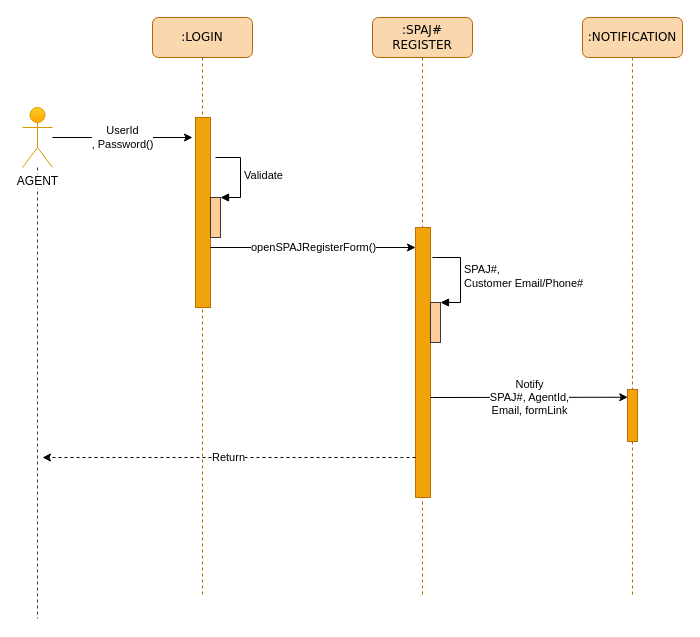
This is page "REG_SPAJ" (1 of 5) of ITDEV/seqpool-reg.drawio from gustianom/hanwhaiso, a draw.io file, before an edit. Source tidied: cells renumbered, new cells numbered last; positions are measured from the earlier drawing's top-left corner, leaving out a move shared by most shapes. Both pictures are drawn from the tidied source at 100%, with x=0, y=0 at pixel (22, 17).
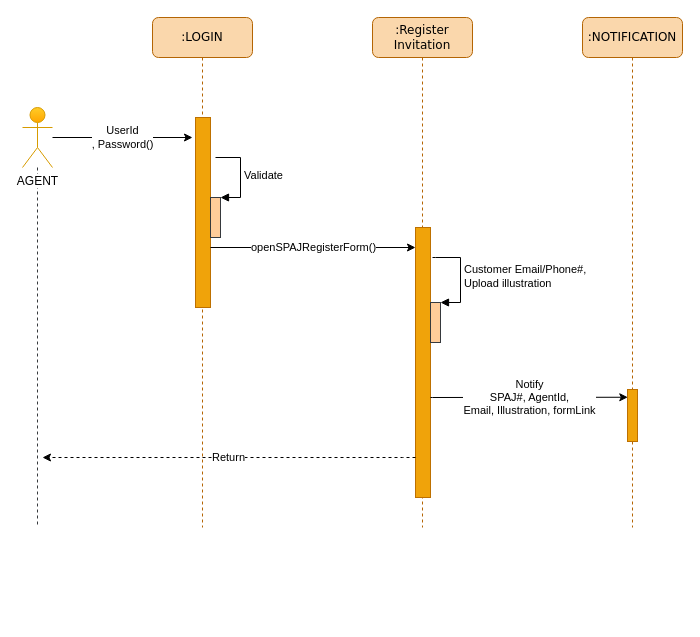
The same diagram, later.

Unchanged cells that the change refers to:
```xml
<mxCell id="3" style="html=1;points=[];perimeter=orthogonalPerimeter;rounded=0;shadow=0;comic=0;labelBackgroundColor=none;strokeWidth=1;fontFamily=Verdana;fontSize=12;align=center;fillColor=#f0a30a;strokeColor=#BD7000;fontColor=#ffffff;" parent="2" vertex="1">
  <mxGeometry x="43" y="210" width="15" height="270" as="geometry" />
</mxCell>
<mxCell id="4" style="html=1;points=[];perimeter=orthogonalPerimeter;fillColor=#ffcc99;strokeColor=#36393d;" parent="2" vertex="1">
  <mxGeometry x="58" y="285" width="10" height="40" as="geometry" />
</mxCell>
<mxCell id="7" style="html=1;points=[];perimeter=orthogonalPerimeter;rounded=0;shadow=0;comic=0;labelBackgroundColor=none;strokeWidth=1;fontFamily=Verdana;fontSize=12;align=center;fillColor=#f0a30a;strokeColor=#BD7000;fontColor=#ffffff;" parent="6" vertex="1">
  <mxGeometry x="45" y="372" width="10" height="52" as="geometry" />
</mxCell>
<mxCell id="14" value="AGENT" style="shape=umlActor;verticalLabelPosition=bottom;labelBackgroundColor=#ffffff;verticalAlign=top;html=1;outlineConnect=0;fillColor=#ffcd28;strokeColor=#d79b00;gradientColor=#ffa500;" parent="1" vertex="1">
  <mxGeometry y="90" width="30" height="60" as="geometry" />
</mxCell>
```

Change to the diagram source:
```diff
@@
-    <mxCell id="2" value=":SPAJ# REGISTER" style="shape=umlLifeline;perimeter=lifelinePerimeter;whiteSpace=wrap;html=1;rounded=1;shadow=0;comic=0;labelBackgroundColor=none;strokeWidth=1;fontFamily=Verdana;fontSize=12;align=center;fillColor=#fad7ac;strokeColor=#b46504;" parent="1" vertex="1">
-      <mxGeometry x="350" width="100" height="580" as="geometry" />
+    <mxCell id="2" value="&lt;div&gt;:Register&lt;/div&gt;&lt;div&gt;Invitation&lt;br&gt;&lt;/div&gt;" style="shape=umlLifeline;perimeter=lifelinePerimeter;whiteSpace=wrap;html=1;rounded=1;shadow=0;comic=0;labelBackgroundColor=none;strokeWidth=1;fontFamily=Verdana;fontSize=12;align=center;fillColor=#fad7ac;strokeColor=#b46504;" parent="1" vertex="1">
+      <mxGeometry x="350" width="100" height="510" as="geometry" />
     </mxCell>
@@
-    <mxCell id="5" value="&lt;div&gt;SPAJ#, &lt;br&gt;&lt;/div&gt;&lt;div&gt;Customer Email/Phone#&lt;br&gt;&lt;/div&gt;" style="edgeStyle=orthogonalEdgeStyle;html=1;align=left;spacingLeft=2;endArrow=block;rounded=0;entryX=1;entryY=0;" parent="2" edge="1" target="4">
+    <mxCell id="5" value="&lt;div&gt;Customer Email/Phone#,&lt;/div&gt;&lt;div&gt;Upload illustration&lt;br&gt;&lt;/div&gt;" style="edgeStyle=orthogonalEdgeStyle;html=1;align=left;spacingLeft=2;endArrow=block;rounded=0;entryX=1;entryY=0;" parent="2" edge="1" target="4">
       <mxGeometry relative="1" as="geometry">
         <mxPoint x="60" y="240" as="sourcePoint" />
         <Array as="points">
           <mxPoint x="63" y="240" />
           <mxPoint x="88" y="240" />
           <mxPoint x="88" y="285" />
         </Array>
       </mxGeometry>
     </mxCell>
     <mxCell id="6" value=":NOTIFICATION" style="shape=umlLifeline;perimeter=lifelinePerimeter;whiteSpace=wrap;html=1;rounded=1;shadow=0;comic=0;labelBackgroundColor=none;strokeWidth=1;fontFamily=Verdana;fontSize=12;align=center;fillColor=#fad7ac;strokeColor=#b46504;" parent="1" vertex="1">
-      <mxGeometry x="560" width="100" height="580" as="geometry" />
+      <mxGeometry x="560" width="100" height="510" as="geometry" />
     </mxCell>
@@
     <mxCell id="8" value=":LOGIN" style="shape=umlLifeline;perimeter=lifelinePerimeter;whiteSpace=wrap;html=1;rounded=1;shadow=0;comic=0;labelBackgroundColor=none;strokeWidth=1;fontFamily=Verdana;fontSize=12;align=center;fillColor=#fad7ac;strokeColor=#b46504;" parent="1" vertex="1">
-      <mxGeometry x="130" width="100" height="580" as="geometry" />
+      <mxGeometry x="130" width="100" height="510" as="geometry" />
     </mxCell>
@@
     <mxCell id="13" style="edgeStyle=orthogonalEdgeStyle;rounded=0;jettySize=auto;html=1;strokeColor=#36393d;endArrow=none;endFill=0;startArrow=none;startFill=0;dashed=1;fillColor=#ffcc99;" parent="1" edge="1" source="14">
       <mxGeometry relative="1" as="geometry">
-        <mxPoint x="15" y="601" as="targetPoint" />
+        <mxPoint x="15" y="510" as="targetPoint" />
       </mxGeometry>
     </mxCell>
@@
-    <mxCell id="16" value="&lt;div&gt;Notify&lt;/div&gt;&lt;div&gt;SPAJ#, AgentId, &lt;br&gt;&lt;/div&gt;&lt;div&gt;Email, formLink&lt;br&gt;&lt;/div&gt;" style="edgeStyle=elbowEdgeStyle;rounded=0;jettySize=auto;html=1;entryX=0.029;entryY=0.149;entryDx=0;entryDy=0;entryPerimeter=0;" parent="1" edge="1" source="3" target="7">
+    <mxCell id="16" value="&lt;div&gt;Notify&lt;/div&gt;&lt;div&gt;SPAJ#, AgentId, &lt;br&gt;&lt;/div&gt;&lt;div&gt;Email, Illustration, formLink&lt;br&gt;&lt;/div&gt;" style="edgeStyle=elbowEdgeStyle;rounded=0;jettySize=auto;html=1;entryX=0.029;entryY=0.149;entryDx=0;entryDy=0;entryPerimeter=0;" parent="1" edge="1" source="3" target="7">
       <mxGeometry relative="1" as="geometry">
         <Array as="points">
           <mxPoint x="410" y="380" />
           <mxPoint x="430" y="380" />
         </Array>
       </mxGeometry>
     </mxCell>
```
